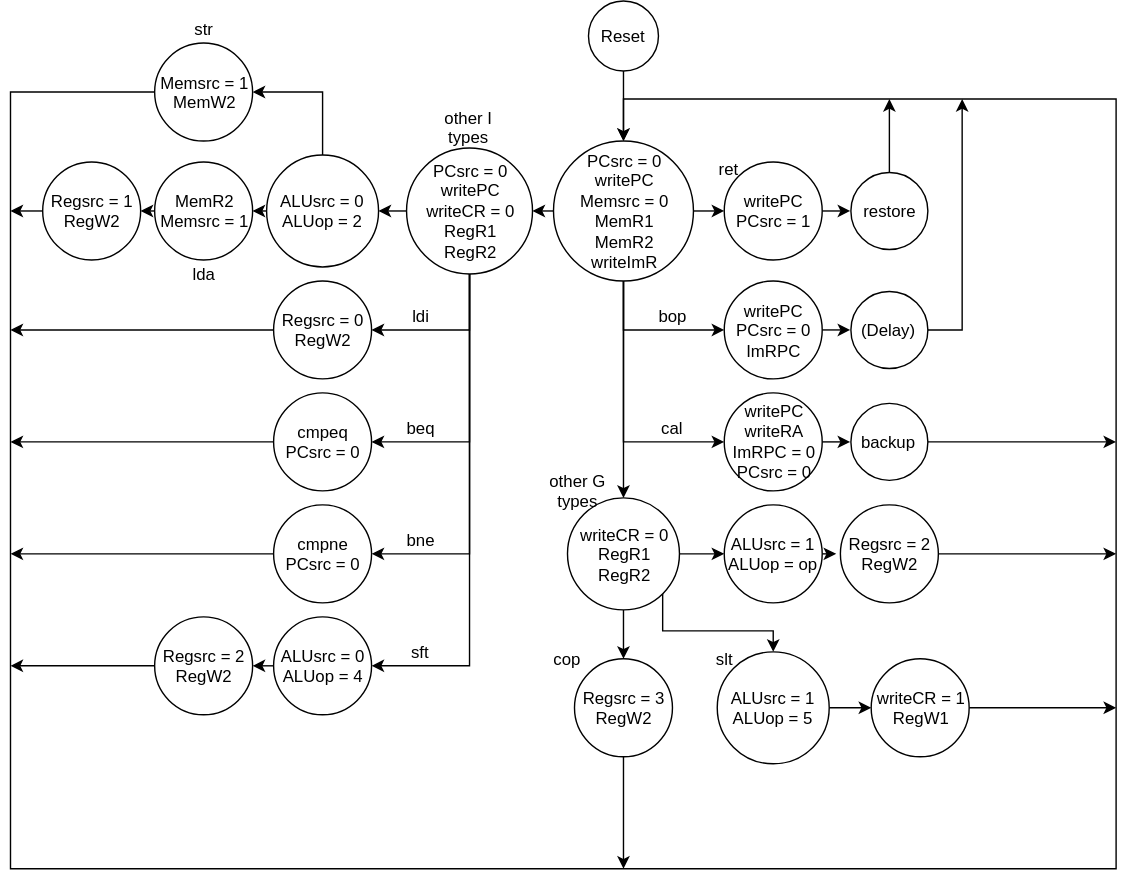
Baileymnm1999/Baej keeps this draw.io diagram as Design/images/FSM.svg. Above is the earlier version. Source tidied: cells renumbered, new cells last; positions are measured from the earlier drawing's top-left corner, leaving out a move shared by most shapes.
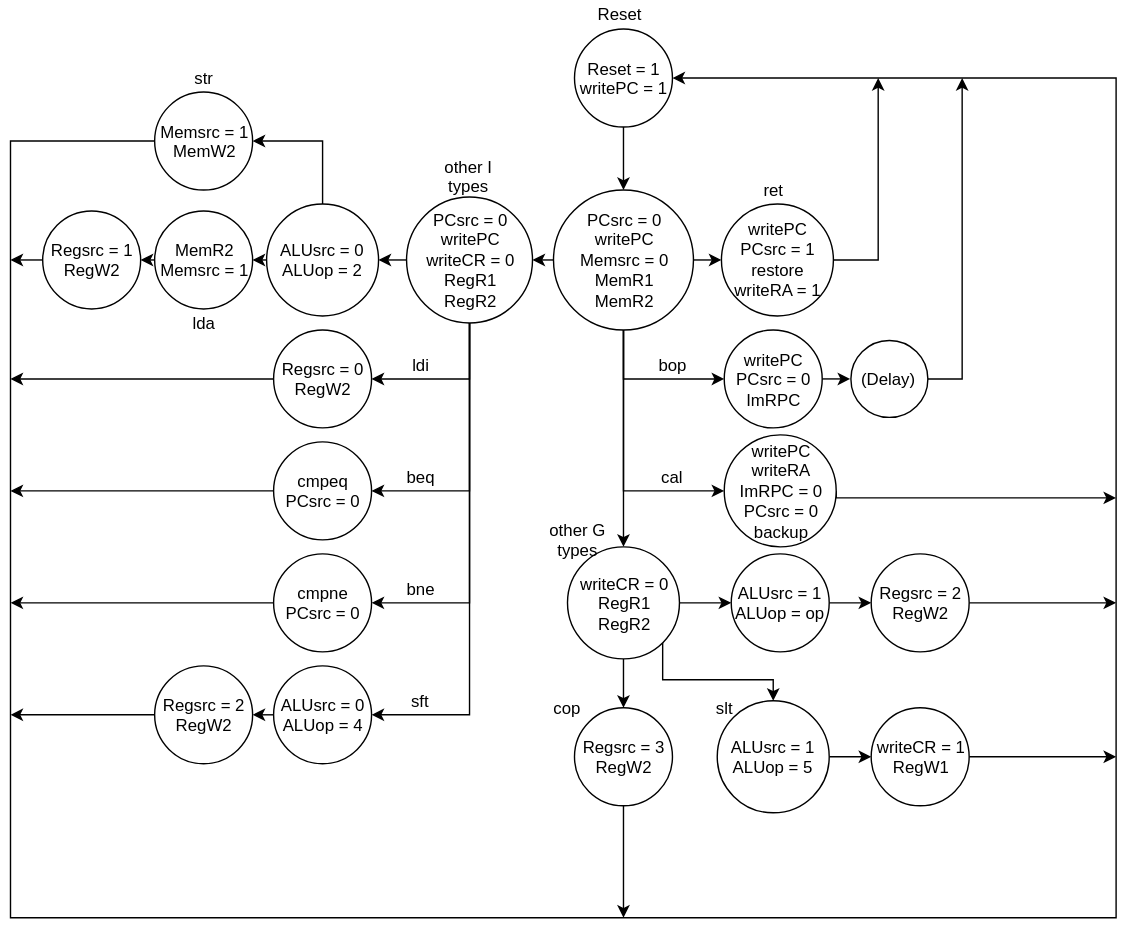
The same file after the commit.

Change to the diagram source:
```diff
@@ -12,12 +12,16 @@
       <mxGeometry relative="1" as="geometry" />
     </mxCell>
     <mxCell id="5" style="edgeStyle=orthogonalEdgeStyle;rounded=0;html=1;exitX=0.5;exitY=1;exitDx=0;exitDy=0;entryX=0;entryY=0.5;entryDx=0;entryDy=0;jettySize=auto;" parent="1" edge="1" source="7" target="42">
-      <mxGeometry relative="1" as="geometry" />
+      <mxGeometry relative="1" as="geometry">
+        <Array as="points">
+          <mxPoint x="438" y="315" />
+        </Array>
+      </mxGeometry>
     </mxCell>
     <mxCell id="6" style="edgeStyle=orthogonalEdgeStyle;rounded=0;html=1;exitX=0.5;exitY=1;exitDx=0;exitDy=0;entryX=0.5;entryY=0;entryDx=0;entryDy=0;jettySize=auto;" parent="1" edge="1" source="7" target="48">
       <mxGeometry relative="1" as="geometry" />
     </mxCell>
-    <mxCell id="7" value="PCsrc = 0&lt;br&gt;writePC&lt;br&gt;Memsrc = 0&lt;br&gt;MemR1&lt;br&gt;MemR2&lt;br&gt;writeImR&lt;br&gt;" style="ellipse;whiteSpace=wrap;html=1;" parent="1" vertex="1">
+    <mxCell id="7" value="PCsrc = 0&lt;br&gt;writePC&lt;br&gt;Memsrc = 0&lt;br&gt;MemR1&lt;br&gt;MemR2&lt;br&gt;" style="ellipse;whiteSpace=wrap;html=1;" parent="1" vertex="1">
       <mxGeometry x="387.5" y="100" width="100" height="100" as="geometry" />
     </mxCell>
     <mxCell id="8" style="edgeStyle=orthogonalEdgeStyle;rounded=0;html=1;exitX=0;exitY=0.5;exitDx=0;exitDy=0;entryX=1;entryY=0.5;entryDx=0;entryDy=0;jettySize=auto;" parent="1" edge="1" source="13" target="16">
@@ -61,14 +65,13 @@
     <mxCell id="20" value="Regsrc = 1&lt;br&gt;RegW2&lt;br&gt;" style="ellipse;whiteSpace=wrap;html=1;" parent="1" vertex="1">
       <mxGeometry x="22.5" y="115" width="70" height="70" as="geometry" />
     </mxCell>
-    <mxCell id="21" style="edgeStyle=orthogonalEdgeStyle;rounded=0;html=1;exitX=0;exitY=0.5;exitDx=0;exitDy=0;entryX=0.5;entryY=0;entryDx=0;entryDy=0;jettySize=auto;" parent="1" edge="1" source="22" target="7">
+    <mxCell id="21" style="edgeStyle=orthogonalEdgeStyle;rounded=0;html=1;exitX=0;exitY=0.5;exitDx=0;exitDy=0;entryX=1;entryY=0.5;entryDx=0;entryDy=0;jettySize=auto;" parent="1" edge="1" source="22" target="60">
       <mxGeometry relative="1" as="geometry">
         <Array as="points">
           <mxPoint y="65" />
           <mxPoint y="620" />
           <mxPoint x="790" y="620" />
-          <mxPoint x="790" y="70" />
-          <mxPoint x="438" y="70" />
+          <mxPoint x="790" y="20" />
         </Array>
       </mxGeometry>
     </mxCell>
@@ -113,20 +116,14 @@
     <mxCell id="32" value="Regsrc = 2&lt;br&gt;RegW2&lt;br&gt;" style="ellipse;whiteSpace=wrap;html=1;" parent="1" vertex="1">
       <mxGeometry x="102.5" y="440" width="70" height="70" as="geometry" />
     </mxCell>
-    <mxCell id="33" style="edgeStyle=orthogonalEdgeStyle;rounded=0;html=1;exitX=1;exitY=0.5;exitDx=0;exitDy=0;entryX=0;entryY=0.5;entryDx=0;entryDy=0;jettySize=auto;" parent="1" edge="1" source="34" target="36">
-      <mxGeometry relative="1" as="geometry" />
+    <mxCell id="33" style="edgeStyle=orthogonalEdgeStyle;rounded=0;html=1;exitX=1;exitY=0.5;exitDx=0;exitDy=0;jettySize=auto;" parent="1" edge="1" source="34">
+      <mxGeometry relative="1" as="geometry">
+        <mxPoint x="620" y="20" as="targetPoint" />
+      </mxGeometry>
     </mxCell>
-    <mxCell id="34" value="writePC&lt;br&gt;PCsrc = 1&lt;br&gt;" style="ellipse;whiteSpace=wrap;html=1;" parent="1" vertex="1">
-      <mxGeometry x="510" y="115" width="70" height="70" as="geometry" />
+    <mxCell id="34" value="writePC&lt;br&gt;PCsrc = 1&lt;br&gt;restore&lt;br&gt;writeRA = 1&lt;br&gt;" style="ellipse;whiteSpace=wrap;html=1;" parent="1" vertex="1">
+      <mxGeometry x="508" y="110" width="80" height="80" as="geometry" />
     </mxCell>
-    <mxCell id="35" style="edgeStyle=orthogonalEdgeStyle;rounded=0;html=1;exitX=0.5;exitY=0;exitDx=0;exitDy=0;jettySize=auto;" parent="1" edge="1" source="36">
-      <mxGeometry relative="1" as="geometry">
-        <mxPoint x="628" y="70" as="targetPoint" />
-      </mxGeometry>
-    </mxCell>
-    <mxCell id="36" value="restore&lt;br&gt;" style="ellipse;whiteSpace=wrap;html=1;" parent="1" vertex="1">
-      <mxGeometry x="600" y="122.5" width="55" height="55" as="geometry" />
-    </mxCell>
     <mxCell id="37" style="edgeStyle=orthogonalEdgeStyle;rounded=0;html=1;exitX=1;exitY=0.5;exitDx=0;exitDy=0;entryX=0;entryY=0.5;entryDx=0;entryDy=0;jettySize=auto;" parent="1" edge="1" source="38" target="40">
       <mxGeometry relative="1" as="geometry" />
     </mxCell>
@@ -135,26 +132,24 @@
     </mxCell>
     <mxCell id="39" style="edgeStyle=orthogonalEdgeStyle;rounded=0;html=1;exitX=1;exitY=0.5;exitDx=0;exitDy=0;jettySize=auto;" parent="1" edge="1" source="40">
       <mxGeometry relative="1" as="geometry">
-        <mxPoint x="680" y="70" as="targetPoint" />
+        <mxPoint x="680" y="20" as="targetPoint" />
       </mxGeometry>
     </mxCell>
     <mxCell id="40" value="(Delay)&lt;br&gt;" style="ellipse;whiteSpace=wrap;html=1;" parent="1" vertex="1">
       <mxGeometry x="600" y="207.5" width="55" height="55" as="geometry" />
     </mxCell>
-    <mxCell id="41" style="edgeStyle=orthogonalEdgeStyle;rounded=0;html=1;exitX=1;exitY=0.5;exitDx=0;exitDy=0;entryX=0;entryY=0.5;entryDx=0;entryDy=0;jettySize=auto;" parent="1" edge="1" source="42" target="44">
-      <mxGeometry relative="1" as="geometry" />
+    <mxCell id="41" style="edgeStyle=orthogonalEdgeStyle;rounded=0;html=1;exitX=1;exitY=0.5;exitDx=0;exitDy=0;jettySize=auto;" parent="1" edge="1" source="42">
+      <mxGeometry relative="1" as="geometry">
+        <mxPoint x="790" y="320" as="targetPoint" />
+        <Array as="points">
+          <mxPoint x="720" y="320" />
+          <mxPoint x="720" y="320" />
+        </Array>
+      </mxGeometry>
     </mxCell>
-    <mxCell id="42" value="writePC&lt;br&gt;writeRA&lt;br&gt;ImRPC = 0&lt;br&gt;PCsrc = 0&lt;br&gt;" style="ellipse;whiteSpace=wrap;html=1;" parent="1" vertex="1">
-      <mxGeometry x="510" y="280" width="70" height="70" as="geometry" />
+    <mxCell id="42" value="writePC&lt;br&gt;writeRA&lt;br&gt;ImRPC = 0&lt;br&gt;PCsrc = 0&lt;br&gt;backup&lt;br&gt;" style="ellipse;whiteSpace=wrap;html=1;" parent="1" vertex="1">
+      <mxGeometry x="510" y="275" width="80" height="80" as="geometry" />
     </mxCell>
-    <mxCell id="43" style="edgeStyle=orthogonalEdgeStyle;rounded=0;html=1;exitX=1;exitY=0.5;exitDx=0;exitDy=0;jettySize=auto;" parent="1" edge="1" source="44">
-      <mxGeometry relative="1" as="geometry">
-        <mxPoint x="790" y="315" as="targetPoint" />
-      </mxGeometry>
-    </mxCell>
-    <mxCell id="44" value="backup&lt;br&gt;" style="ellipse;whiteSpace=wrap;html=1;" parent="1" vertex="1">
-      <mxGeometry x="600" y="287.5" width="55" height="55" as="geometry" />
-    </mxCell>
     <mxCell id="45" style="edgeStyle=orthogonalEdgeStyle;rounded=0;html=1;exitX=0.5;exitY=1;exitDx=0;exitDy=0;entryX=0.5;entryY=0;entryDx=0;entryDy=0;jettySize=auto;" parent="1" edge="1" source="48" target="50">
       <mxGeometry relative="1" as="geometry" />
     </mxCell>
@@ -180,13 +175,11 @@
     <mxCell id="50" value="Regsrc = 3&lt;br&gt;RegW2&lt;br&gt;" style="ellipse;whiteSpace=wrap;html=1;" parent="1" vertex="1">
       <mxGeometry x="402.5" y="470" width="70" height="70" as="geometry" />
     </mxCell>
-    <mxCell id="51" style="edgeStyle=orthogonalEdgeStyle;rounded=0;html=1;exitX=1;exitY=0.5;exitDx=0;exitDy=0;jettySize=auto;" parent="1" edge="1" source="52">
-      <mxGeometry relative="1" as="geometry">
-        <mxPoint x="590" y="395" as="targetPoint" />
-      </mxGeometry>
+    <mxCell id="51" style="edgeStyle=orthogonalEdgeStyle;rounded=0;html=1;exitX=1;exitY=0.5;exitDx=0;exitDy=0;jettySize=auto;entryX=0;entryY=0.5;entryDx=0;entryDy=0;" parent="1" edge="1" source="52" target="58">
+      <mxGeometry relative="1" as="geometry" />
     </mxCell>
     <mxCell id="52" value="ALUsrc = 1&lt;br&gt;ALUop = op&lt;br&gt;" style="ellipse;whiteSpace=wrap;html=1;" parent="1" vertex="1">
-      <mxGeometry x="510" y="360" width="70" height="70" as="geometry" />
+      <mxGeometry x="515" y="360" width="70" height="70" as="geometry" />
     </mxCell>
     <mxCell id="53" style="edgeStyle=orthogonalEdgeStyle;rounded=0;html=1;exitX=1;exitY=0.5;exitDx=0;exitDy=0;entryX=0;entryY=0.5;entryDx=0;entryDy=0;jettySize=auto;" parent="1" edge="1" source="54" target="56">
       <mxGeometry relative="1" as="geometry" />
@@ -208,15 +201,15 @@
       </mxGeometry>
     </mxCell>
     <mxCell id="58" value="Regsrc = 2&lt;br&gt;RegW2&lt;br&gt;" style="ellipse;whiteSpace=wrap;html=1;" parent="1" vertex="1">
-      <mxGeometry x="592.5" y="360" width="70" height="70" as="geometry" />
+      <mxGeometry x="615" y="360" width="70" height="70" as="geometry" />
     </mxCell>
     <mxCell id="59" style="edgeStyle=orthogonalEdgeStyle;rounded=0;html=1;exitX=0.5;exitY=1;exitDx=0;exitDy=0;jettySize=auto;" parent="1" edge="1" source="60">
       <mxGeometry relative="1" as="geometry">
         <mxPoint x="438" y="100" as="targetPoint" />
       </mxGeometry>
     </mxCell>
-    <mxCell id="60" value="Reset" style="ellipse;whiteSpace=wrap;html=1;" parent="1" vertex="1">
-      <mxGeometry x="412.5" width="50" height="50" as="geometry" />
+    <mxCell id="60" value="Reset = 1&lt;br&gt;writePC = 1&lt;br&gt;" style="ellipse;whiteSpace=wrap;html=1;" parent="1" vertex="1">
+      <mxGeometry x="402.5" y="-15" width="70" height="70" as="geometry" />
     </mxCell>
     <mxCell id="61" value="bop" style="text;html=1;strokeColor=none;fillColor=none;align=center;verticalAlign=middle;whiteSpace=wrap;rounded=0;" parent="1" vertex="1">
       <mxGeometry x="452.5" y="215" width="40" height="20" as="geometry" />
@@ -225,7 +218,7 @@
       <mxGeometry x="452.5" y="295" width="40" height="20" as="geometry" />
     </mxCell>
     <mxCell id="63" value="ret" style="text;html=1;strokeColor=none;fillColor=none;align=center;verticalAlign=middle;whiteSpace=wrap;rounded=0;" parent="1" vertex="1">
-      <mxGeometry x="492.5" y="110" width="40" height="20" as="geometry" />
+      <mxGeometry x="525" y="90" width="40" height="20" as="geometry" />
     </mxCell>
     <mxCell id="64" value="other G types" style="text;html=1;strokeColor=none;fillColor=none;align=center;verticalAlign=middle;whiteSpace=wrap;rounded=0;" parent="1" vertex="1">
       <mxGeometry x="382.5" y="340" width="45" height="20" as="geometry" />
@@ -257,5 +250,8 @@
     <mxCell id="73" value="slt" style="text;html=1;strokeColor=none;fillColor=none;align=center;verticalAlign=middle;whiteSpace=wrap;rounded=0;" parent="1" vertex="1">
       <mxGeometry x="490" y="460" width="40" height="20" as="geometry" />
     </mxCell>
+    <mxCell id="74" value="Reset" style="text;html=1;align=left;verticalAlign=top;spacingTop=-4;" parent="1" vertex="1">
+      <mxGeometry x="417.5" y="-35" width="50" height="20" as="geometry" />
+    </mxCell>
   </root>
 </mxGraphModel>
```
